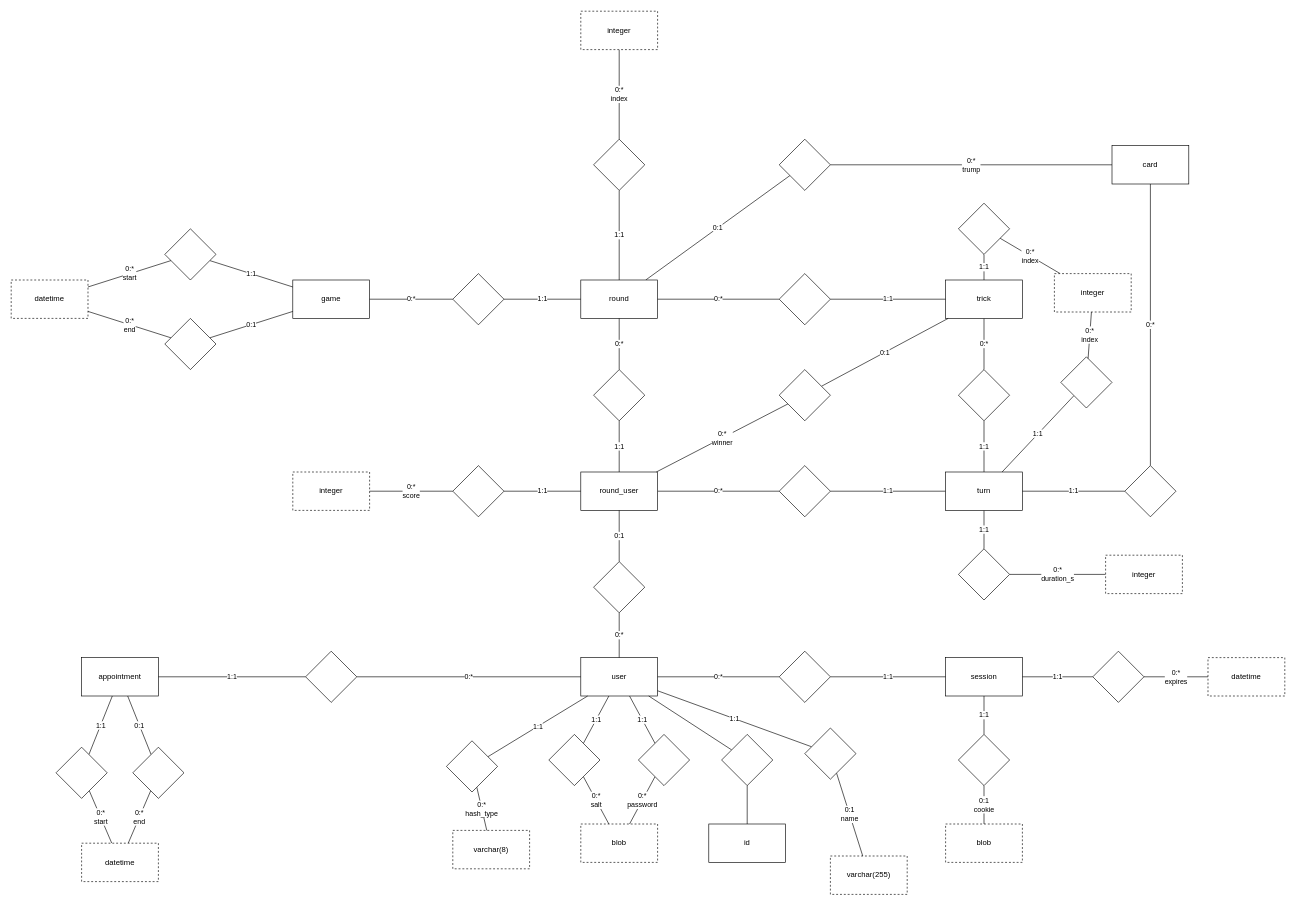
terrakuh/Wizard keeps this draw.io diagram as backend/Wizard.drawio. Above is the earlier version. Source tidied: cells renumbered, new cells numbered last; positions are measured from the earlier drawing's top-left corner, leaving out a move shared by most shapes. Both pictures are drawn from the tidied source at 64%, with x=0, y=0 at pixel (11, 11).
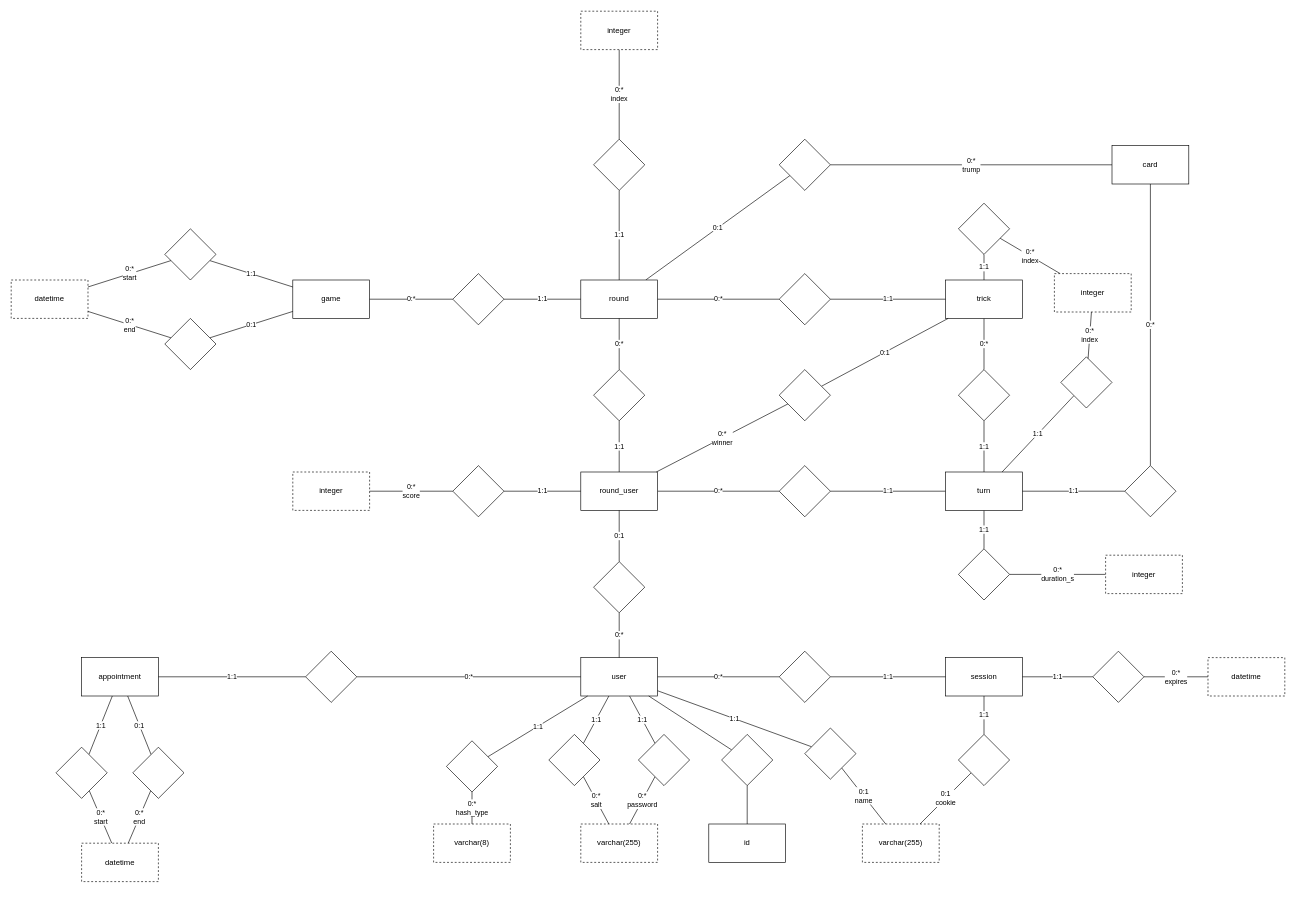
Above is the later version.

Unchanged cells that the change refers to:
```xml
<mxCell id="26" style="rhombus;whiteSpace=wrap;html=1;" parent="1" vertex="1">
  <mxGeometry x="1480" y="1130" width="80" height="80" as="geometry" />
</mxCell>
```

Diff of the diagram source:
```diff
@@
     <mxCell id="7" value="varchar(255)" style="rounded=0;whiteSpace=wrap;html=1;dashed=1;" parent="1" vertex="1">
-      <mxGeometry x="1280" y="1320" width="120" height="60" as="geometry" />
+      <mxGeometry x="1330" y="1270" width="120" height="60" as="geometry" />
     </mxCell>
@@
-    <mxCell id="17" value="blob" style="rounded=0;whiteSpace=wrap;html=1;dashed=1;" parent="1" vertex="1">
+    <mxCell id="17" value="varchar(255)" style="rounded=0;whiteSpace=wrap;html=1;dashed=1;" parent="1" vertex="1">
       <mxGeometry x="890" y="1270" width="120" height="60" as="geometry" />
     </mxCell>
     <mxCell id="18" value="varchar(8)" style="rounded=0;whiteSpace=wrap;html=1;dashed=1;" parent="1" vertex="1">
-      <mxGeometry x="690" y="1280" width="120" height="60" as="geometry" />
+      <mxGeometry x="660" y="1270" width="120" height="60" as="geometry" />
     </mxCell>
@@
-    <mxCell id="23" value="blob" style="rounded=0;whiteSpace=wrap;html=1;dashed=1;" parent="1" vertex="1">
-      <mxGeometry x="1460" y="1270" width="120" height="60" as="geometry" />
-    </mxCell>
-    <mxCell id="24" value="0:1&lt;br&gt;cookie" style="edgeStyle=none;rounded=0;jettySize=auto;html=1;endArrow=none;endFill=0;" parent="1" edge="1" source="26" target="23">
+    <mxCell id="24" value="0:1&lt;br&gt;cookie" style="edgeStyle=none;rounded=0;jettySize=auto;html=1;endArrow=none;endFill=0;" parent="1" edge="1" source="26" target="7">
       <mxGeometry relative="1" as="geometry" />
     </mxCell>
```
